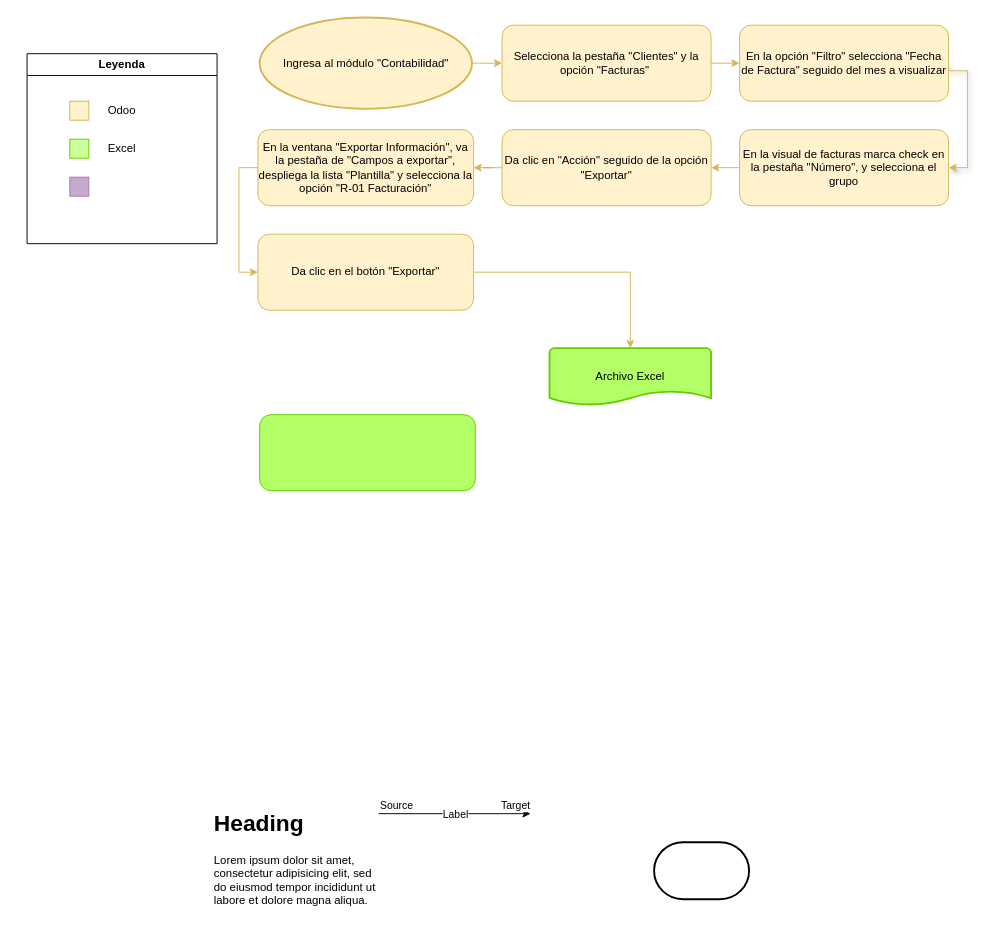
patycodejs/codealo-commerce keeps this draw.io diagram as page "Renta" (1 of 5) of Proceso Indicadores Facturación de Renta.drawio. Above is the earlier version. Source tidied: cells renumbered, new cells numbered last; positions are measured from the earlier drawing's top-left corner, leaving out a move shared by most shapes. Both pictures are drawn from the tidied source at 95%, with x=0, y=0 at pixel (27, 17).
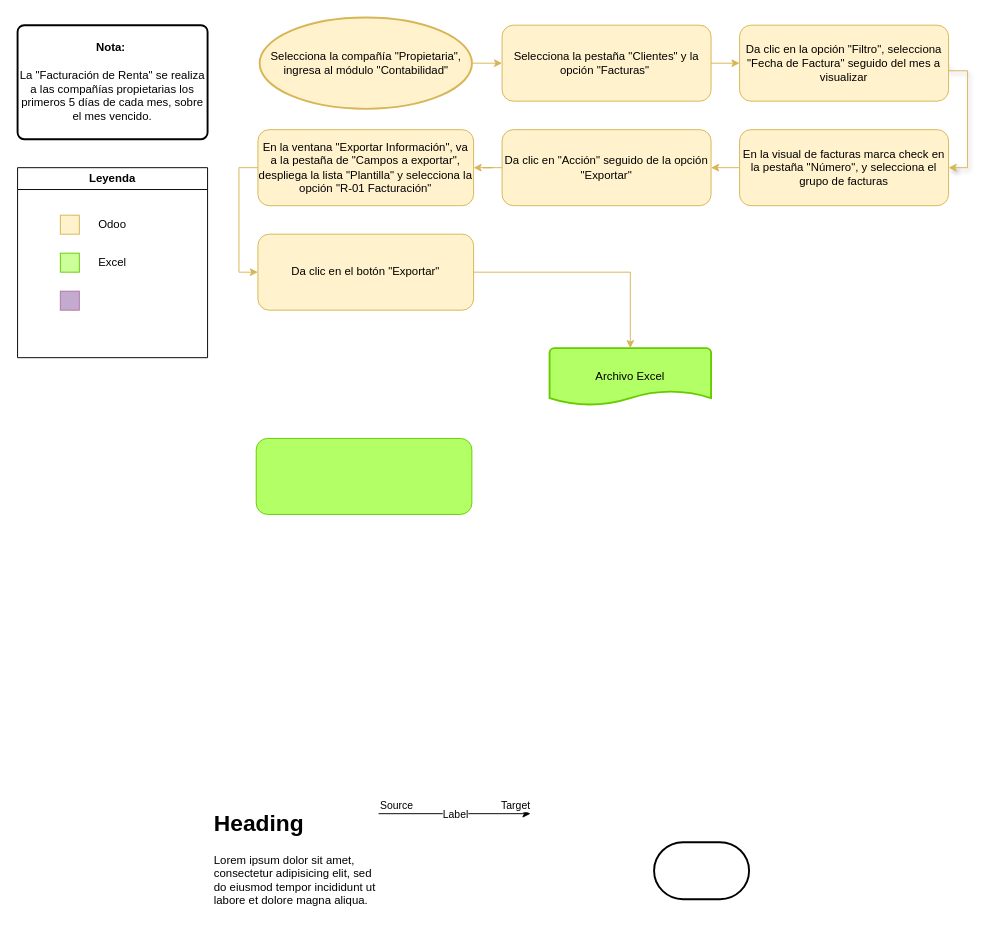
After the change.

Change to the diagram source:
```diff
@@
-    <mxCell id="6" value="En la opción &quot;Filtro&quot; selecciona &quot;Fecha de Factura&quot; seguido del mes a visualizar" style="rounded=1;whiteSpace=wrap;html=1;fontSize=12;glass=0;strokeWidth=1;shadow=0;fillColor=#fff2cc;strokeColor=#d6b656;" parent="1" vertex="1">
+    <mxCell id="6" value="Da clic en la opción &quot;Filtro&quot;, selecciona &quot;Fecha de Factura&quot; seguido del mes a visualizar" style="rounded=1;whiteSpace=wrap;html=1;fontSize=12;glass=0;strokeWidth=1;shadow=0;fillColor=#fff2cc;strokeColor=#d6b656;" parent="1" vertex="1">
       <mxGeometry x="750" y="8" width="220" height="80" as="geometry" />
     </mxCell>
@@
-    <mxCell id="8" value="En la visual de facturas marca check en la pestaña &quot;Número&quot;, y selecciona el grupo" style="rounded=1;whiteSpace=wrap;html=1;fontSize=12;glass=0;strokeWidth=1;shadow=0;fillColor=#FFF2CC;strokeColor=#d6b656;" parent="1" vertex="1">
+    <mxCell id="8" value="En la visual de facturas marca check en la pestaña &quot;Número&quot;, y selecciona el grupo de facturas" style="rounded=1;whiteSpace=wrap;html=1;fontSize=12;glass=0;strokeWidth=1;shadow=0;fillColor=#FFF2CC;strokeColor=#d6b656;" parent="1" vertex="1">
       <mxGeometry x="750" y="118" width="220" height="80" as="geometry" />
     </mxCell>
@@
-    <mxCell id="19" value="En la ventana &quot;Exportar Información&quot;, va la pestaña de &quot;Campos a exportar&quot;, despliega la lista &quot;Plantilla&quot; y selecciona la opción &quot;R-01 Facturación&quot;" style="rounded=1;whiteSpace=wrap;html=1;fontSize=12;glass=0;strokeWidth=1;shadow=0;fillColor=#fff2cc;strokeColor=#d6b656;" parent="1" vertex="1">
+    <mxCell id="19" value="En la ventana &quot;Exportar Información&quot;, va a la pestaña de &quot;Campos a exportar&quot;, despliega la lista &quot;Plantilla&quot; y selecciona la opción &quot;R-01 Facturación&quot;" style="rounded=1;whiteSpace=wrap;html=1;fontSize=12;glass=0;strokeWidth=1;shadow=0;fillColor=#fff2cc;strokeColor=#d6b656;" parent="1" vertex="1">
       <mxGeometry x="243" y="118" width="227" height="80" as="geometry" />
     </mxCell>
     <mxCell id="20" value="Leyenda" style="swimlane;whiteSpace=wrap;html=1;" parent="1" vertex="1">
-      <mxGeometry y="38" width="200" height="200" as="geometry" />
+      <mxGeometry x="-10" y="158" width="200" height="200" as="geometry" />
     </mxCell>
@@
-    <mxCell id="29" value="Ingresa al módulo &quot;Contabilidad&quot;" style="strokeWidth=2;html=1;shape=mxgraph.flowchart.start_1;whiteSpace=wrap;fillColor=#fff2cc;strokeColor=#d6b656;" parent="1" vertex="1">
+    <mxCell id="29" value="Selecciona la compañía &quot;Propietaria&quot;,&lt;div&gt;ingresa al módulo &quot;Contabilidad&quot;&lt;/div&gt;" style="strokeWidth=2;html=1;shape=mxgraph.flowchart.start_1;whiteSpace=wrap;fillColor=#fff2cc;strokeColor=#d6b656;" parent="1" vertex="1">
       <mxGeometry x="244.8" y="-0.1" width="223.5" height="96.2" as="geometry" />
     </mxCell>
@@
     <mxCell id="31" style="rounded=1;whiteSpace=wrap;html=1;fontSize=12;glass=0;strokeWidth=1;shadow=0;fillColor=#B3FF66;strokeColor=#66CC00;" parent="1" vertex="1">
-      <mxGeometry x="244.8" y="418" width="227" height="80" as="geometry" />
+      <mxGeometry x="241.2" y="443" width="227" height="80" as="geometry" />
     </mxCell>
+    <mxCell id="32" value="&lt;b&gt;Nota:&amp;nbsp;&lt;/b&gt;&lt;div&gt;&lt;br&gt;&lt;div&gt;La &quot;Facturación de Renta&quot; se realiza a las compañías propietarias los primeros 5 días de cada mes, sobre el mes vencido.&lt;/div&gt;&lt;/div&gt;" style="rounded=1;whiteSpace=wrap;html=1;absoluteArcSize=1;arcSize=14;strokeWidth=2;" parent="1" vertex="1">
+      <mxGeometry x="-10" y="8" width="200" height="120" as="geometry" />
+    </mxCell>
```
